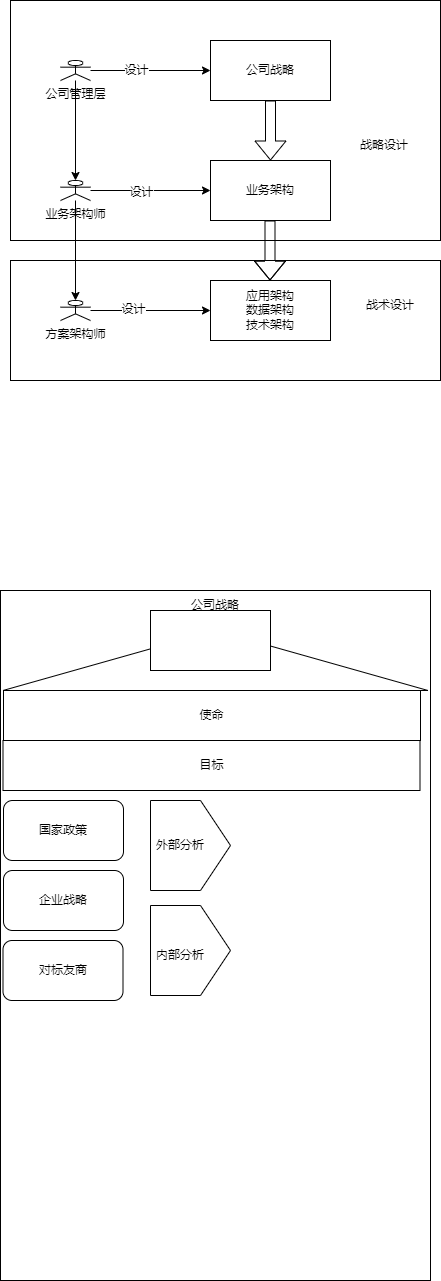
This is doc/business_architect.png from suibianlx/business_architect, a draw.io export, as it was before one commit. Source tidied: cells renumbered, new cells last; positions are measured from the earlier drawing's top-left corner, leaving out a move shared by most shapes.
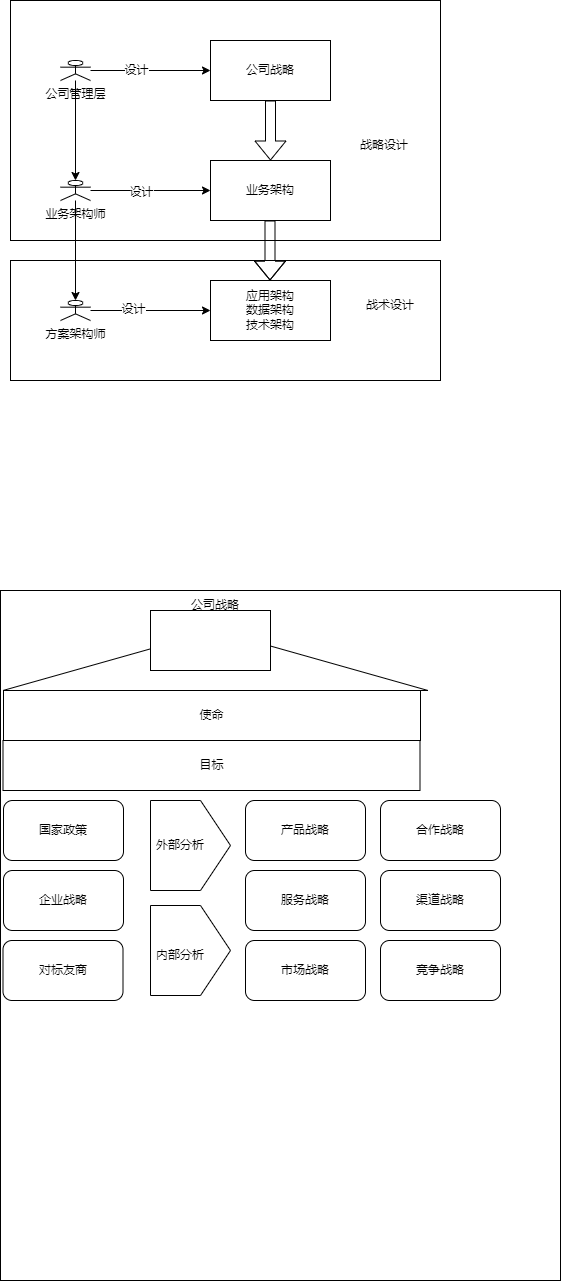
After the change.

Change to the diagram source:
```diff
@@ -69,7 +69,7 @@
       <mxGeometry x="360" y="290" width="60" height="30" as="geometry" />
     </mxCell>
     <mxCell id="22" style="rounded=0;whiteSpace=wrap;html=1;" parent="1" vertex="1">
-      <mxGeometry y="590" width="430" height="690" as="geometry" />
+      <mxGeometry y="590" width="560" height="690" as="geometry" />
     </mxCell>
     <mxCell id="23" style="triangle;whiteSpace=wrap;html=1;direction=south;rotation=-180;" parent="1" vertex="1">
       <mxGeometry x="2.5" y="630" width="425" height="60" as="geometry" />
@@ -110,5 +110,23 @@
     <mxCell id="35" value="内部分析" style="text;html=1;strokeColor=none;fillColor=none;align=center;verticalAlign=middle;whiteSpace=wrap;rounded=0;" parent="1" vertex="1">
       <mxGeometry x="150" y="940" width="60" height="30" as="geometry" />
     </mxCell>
+    <mxCell id="36" value="产品战略" style="rounded=1;whiteSpace=wrap;html=1;" parent="1" vertex="1">
+      <mxGeometry x="245" y="800" width="120" height="60" as="geometry" />
+    </mxCell>
+    <mxCell id="37" value="服务战略" style="rounded=1;whiteSpace=wrap;html=1;" parent="1" vertex="1">
+      <mxGeometry x="245" y="870" width="120" height="60" as="geometry" />
+    </mxCell>
+    <mxCell id="38" value="市场战略" style="rounded=1;whiteSpace=wrap;html=1;" parent="1" vertex="1">
+      <mxGeometry x="245" y="940" width="120" height="60" as="geometry" />
+    </mxCell>
+    <mxCell id="39" value="合作战略" style="rounded=1;whiteSpace=wrap;html=1;" parent="1" vertex="1">
+      <mxGeometry x="380" y="800" width="120" height="60" as="geometry" />
+    </mxCell>
+    <mxCell id="40" value="渠道战略" style="rounded=1;whiteSpace=wrap;html=1;" parent="1" vertex="1">
+      <mxGeometry x="380" y="870" width="120" height="60" as="geometry" />
+    </mxCell>
+    <mxCell id="41" value="竞争战略" style="rounded=1;whiteSpace=wrap;html=1;" parent="1" vertex="1">
+      <mxGeometry x="380" y="940" width="120" height="60" as="geometry" />
+    </mxCell>
   </root>
 </mxGraphModel>
```
